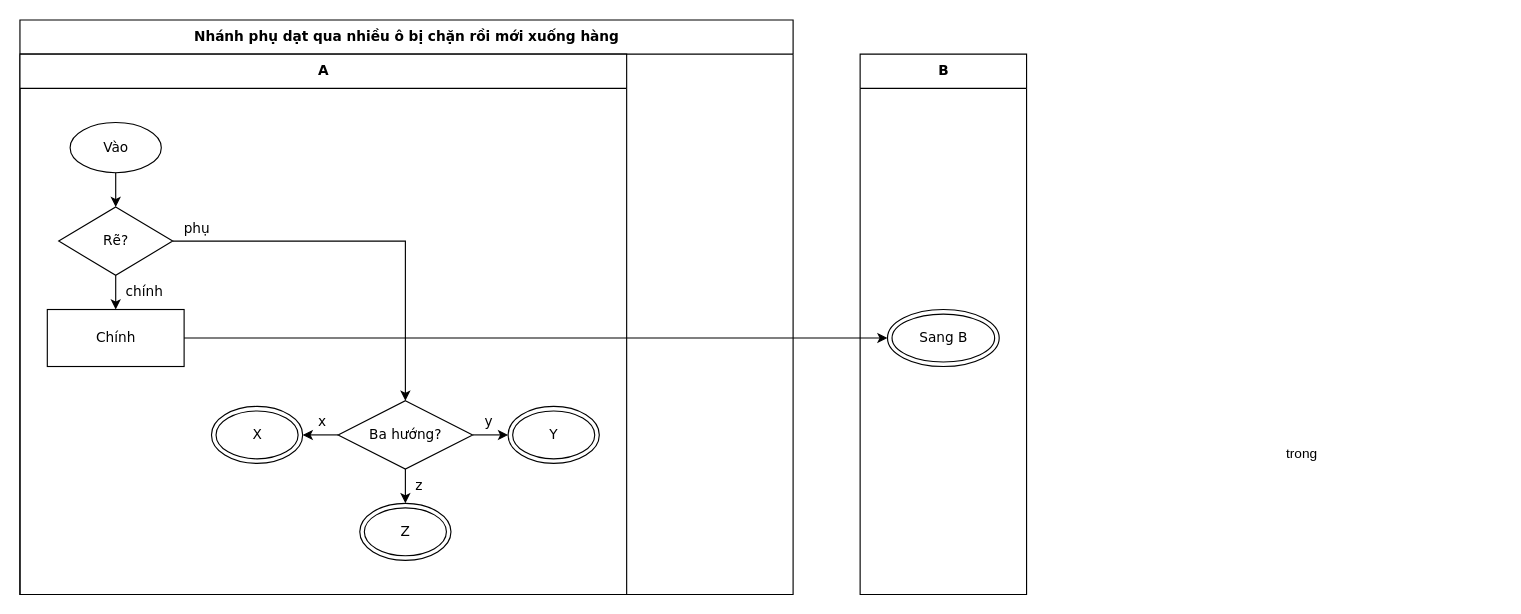
Above: conformance/merge/fuzz-949/flow.drawio in luytbq/flowcast (draw.io), before the change. Source tidied: cells renumbered, new cells numbered last; positions are measured from the earlier drawing's top-left corner, leaving out a move shared by most shapes. Both pictures are drawn from the tidied source at 114%, with x=0, y=0 at pixel (19, 19).
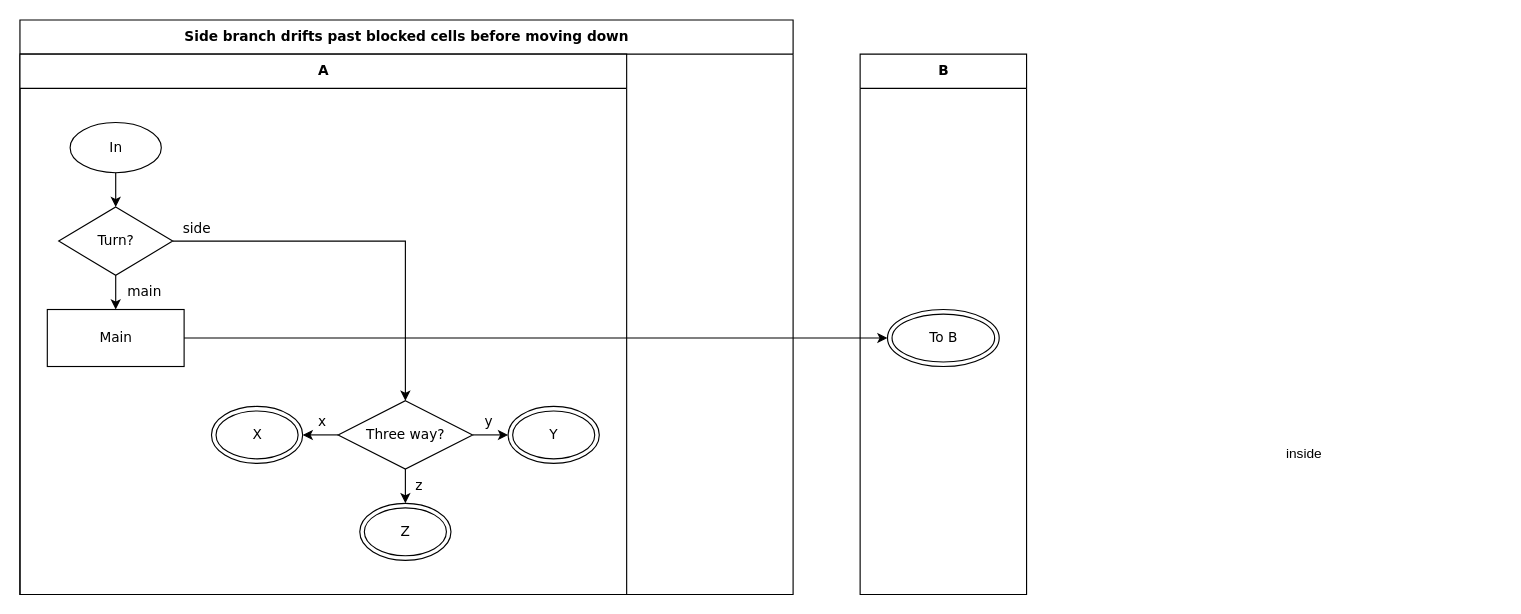
Above is the later version.

Unchanged cells that the change refers to:
```xml
<mxCell id="3" value="A" style="swimlane;html=1;startSize=30;fontFamily=Verdana;fontSize=12;flowtable=1;" parent="2" vertex="1">
  <mxGeometry y="30" width="532.2" height="474" as="geometry" />
</mxCell>
<mxCell id="4" value="B" style="swimlane;html=1;startSize=30;fontFamily=Verdana;fontSize=12;flowtable=1;" parent="2" vertex="1">
  <mxGeometry x="737" y="30" width="146" height="474" as="geometry" />
</mxCell>
<mxCell id="21" style="group;" parent="4" vertex="1">
  <mxGeometry x="362" y="326.5" width="200" height="80" as="geometry" />
</mxCell>
```

The edit, as a diff of the source:
```diff
@@
-    <mxCell id="2" value="Nhánh phụ dạt qua nhiều ô bị chặn rồi mới xuống hàng" style="swimlane;html=1;startSize=30;fontStyle=1;fontFamily=Verdana;fontSize=12;flowtable=1;" parent="1" vertex="1">
+    <mxCell id="2" value="Side branch drifts past blocked cells before moving down" style="swimlane;html=1;startSize=30;fontStyle=1;fontFamily=Verdana;fontSize=12;flowtable=1;" parent="1" vertex="1">
       <mxGeometry width="678.2" height="504" as="geometry" />
     </mxCell>
@@
-    <mxCell id="5" value="Vào" style="ellipse;html=1;fontFamily=Verdana;fontSize=12;" parent="3" vertex="1">
+    <mxCell id="5" value="In" style="ellipse;html=1;fontFamily=Verdana;fontSize=12;" parent="3" vertex="1">
       <mxGeometry x="44" y="60" width="80" height="44" as="geometry" />
     </mxCell>
-    <mxCell id="6" value="Rẽ?" style="rhombus;html=1;fontFamily=Verdana;fontSize=12;flowtable=1;" parent="3" vertex="1">
+    <mxCell id="6" value="Turn?" style="rhombus;html=1;fontFamily=Verdana;fontSize=12;flowtable=1;" parent="3" vertex="1">
       <mxGeometry x="34" y="134" width="100" height="60" as="geometry" />
     </mxCell>
-    <mxCell id="7" value="Chính" style="rounded=0;html=1;fontFamily=Verdana;fontSize=12;flowtable=1;" parent="3" vertex="1">
+    <mxCell id="7" value="Main" style="rounded=0;html=1;fontFamily=Verdana;fontSize=12;flowtable=1;" parent="3" vertex="1">
       <mxGeometry x="24" y="224" width="120" height="50" as="geometry" />
     </mxCell>
-    <mxCell id="8" value="Sang B" style="shape=doubleEllipse;html=1;fontFamily=Verdana;fontSize=12;flowtable=1;" parent="4" vertex="1">
+    <mxCell id="8" value="To B" style="shape=doubleEllipse;html=1;fontFamily=Verdana;fontSize=12;flowtable=1;" parent="4" vertex="1">
       <mxGeometry x="24" y="224" width="98" height="50" as="geometry" />
     </mxCell>
-    <mxCell id="9" value="Ba hướng?" style="rhombus;html=1;fontFamily=Verdana;fontSize=12;flowtable=1;" parent="3" vertex="1">
+    <mxCell id="9" value="Three way?" style="rhombus;html=1;fontFamily=Verdana;fontSize=12;flowtable=1;" parent="3" vertex="1">
       <mxGeometry x="279.1" y="304" width="118" height="60" as="geometry" />
     </mxCell>
@@
-    <mxCell id="14" value="phụ" style="edgeStyle=orthogonalEdgeStyle;rounded=0;jettySize=auto;html=1;labelBackgroundColor=default;exitX=1;exitY=0.5;exitDx=0;exitDy=0;entryX=0.5;entryY=0;entryDx=0;entryDy=0;fontFamily=Verdana;fontSize=12;" parent="2" edge="1" source="6" target="9">
+    <mxCell id="14" value="side" style="edgeStyle=orthogonalEdgeStyle;rounded=0;jettySize=auto;html=1;labelBackgroundColor=default;exitX=1;exitY=0.5;exitDx=0;exitDy=0;entryX=0.5;entryY=0;entryDx=0;entryDy=0;fontFamily=Verdana;fontSize=12;" parent="2" edge="1" source="6" target="9">
       <mxGeometry x="-0.88" relative="1" as="geometry">
         <Array as="points">
           <mxPoint x="338.1" y="194" />
         </Array>
         <mxPoint y="-11.5" as="offset" />
       </mxGeometry>
     </mxCell>
-    <mxCell id="15" value="chính" style="edgeStyle=orthogonalEdgeStyle;rounded=0;jettySize=auto;html=1;labelBackgroundColor=default;exitX=0.5;exitY=1;exitDx=0;exitDy=0;entryX=0.5;entryY=0;entryDx=0;entryDy=0;fontFamily=Verdana;fontSize=12;flowtable=1;" parent="2" edge="1" source="6" target="7">
+    <mxCell id="15" value="main" style="edgeStyle=orthogonalEdgeStyle;rounded=0;jettySize=auto;html=1;labelBackgroundColor=default;exitX=0.5;exitY=1;exitDx=0;exitDy=0;entryX=0.5;entryY=0;entryDx=0;entryDy=0;fontFamily=Verdana;fontSize=12;flowtable=1;" parent="2" edge="1" source="6" target="7">
       <mxGeometry x="-0.03" relative="1" as="geometry">
         <mxPoint x="25.2" as="offset" />
       </mxGeometry>
     </mxCell>
@@
-    <mxCell id="22" value="trong" style="text;" parent="21" vertex="1">
+    <mxCell id="22" value="inside" style="text;" parent="21" vertex="1">
       <mxGeometry x="10" y="10" width="100" height="30" as="geometry" />
     </mxCell>
```
